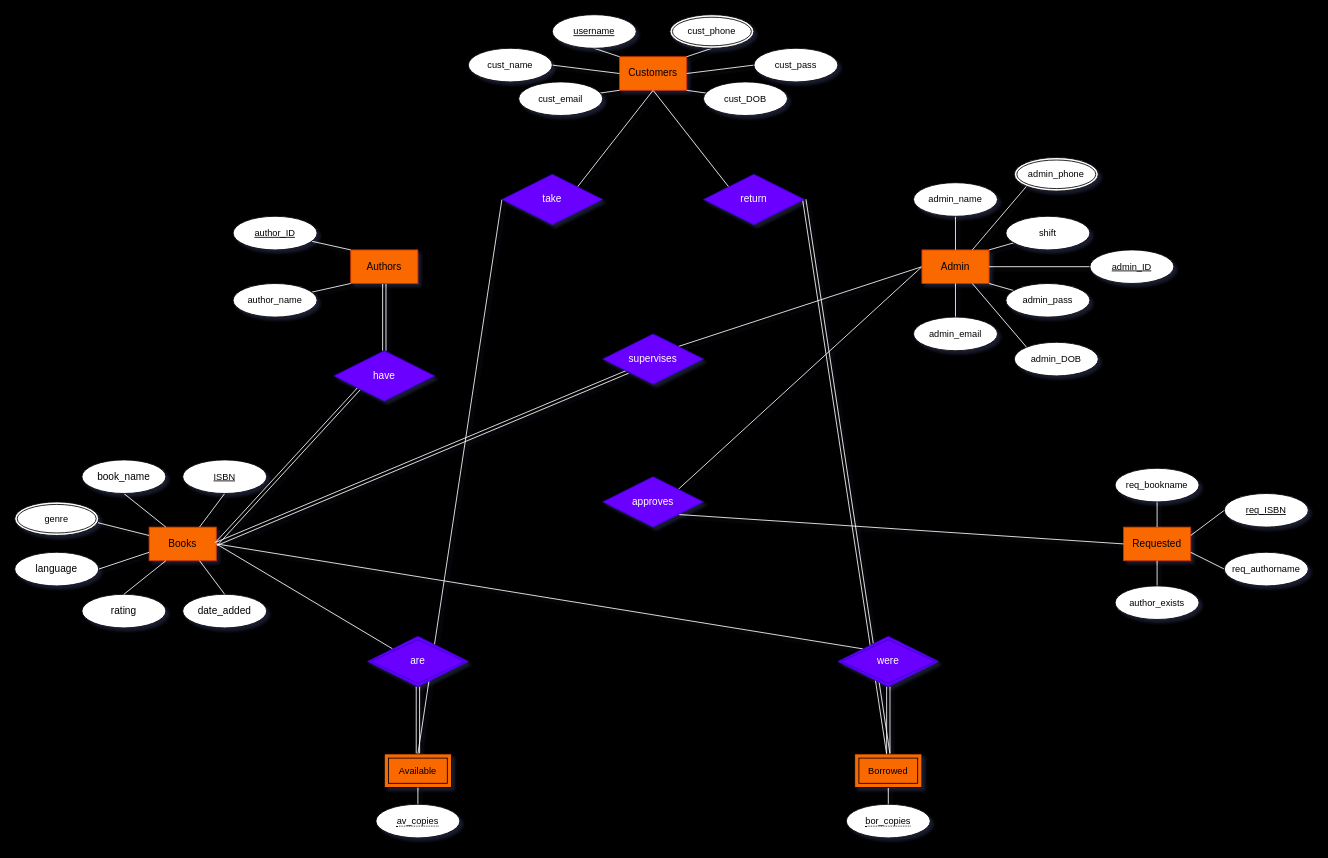
Before: ERD.drawio in rajin-khan/BIBLIO, a draw.io diagram. Source tidied: cells renumbered, new cells numbered last; positions are measured from the earlier drawing's top-left corner, leaving out a move shared by most shapes. Both pictures are drawn from the tidied source at 84%, with x=0, y=0 at pixel (14, 14).
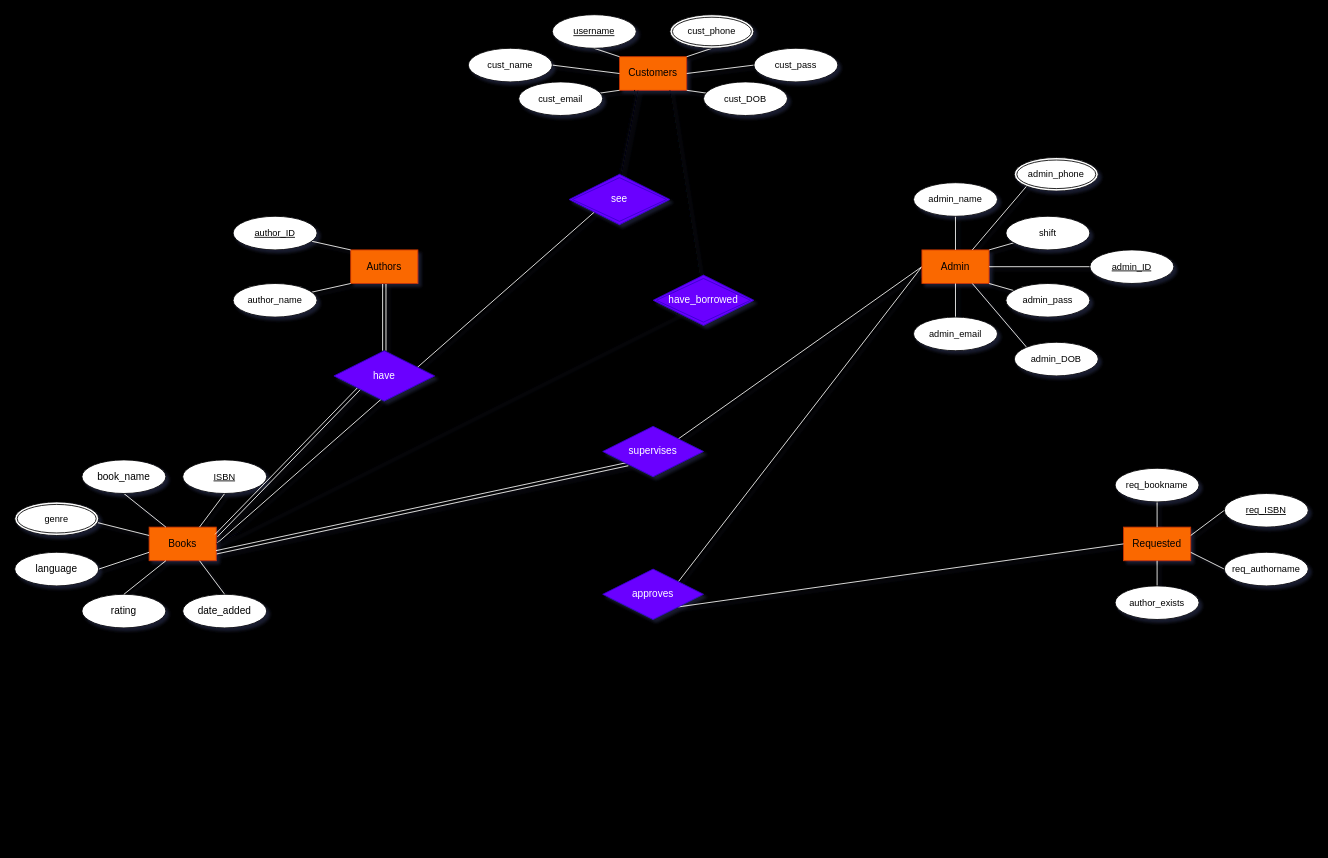
The same page after the edit.

Commit message (it also covers changes not shown here):
Add and establish new Planning and ERD

The change refers to these unchanged cells:
```xml
<mxCell id="3" value="Books" style="rounded=0;whiteSpace=wrap;html=1;fillColor=#fa6800;fontColor=#000000;strokeColor=#C73500;" parent="1" vertex="1">
  <mxGeometry x="160" y="610" width="80" height="40" as="geometry" />
</mxCell>
<mxCell id="11" value="Customers" style="rounded=0;whiteSpace=wrap;html=1;fillColor=#fa6800;fontColor=#000000;strokeColor=#C73500;" parent="1" vertex="1">
  <mxGeometry x="720" y="50" width="80" height="40" as="geometry" />
</mxCell>
<mxCell id="72" value="have" style="shape=rhombus;perimeter=rhombusPerimeter;whiteSpace=wrap;html=1;align=center;fillColor=#6a00ff;fontColor=#ffffff;strokeColor=#3700CC;" parent="1" vertex="1">
  <mxGeometry x="380" y="400" width="120" height="60" as="geometry" />
</mxCell>
```

What changed in the source:
```diff
@@
-    <mxCell id="2" style="edgeStyle=none;html=1;entryX=0;entryY=0;entryDx=0;entryDy=0;endArrow=none;endFill=0;exitX=1;exitY=0.5;exitDx=0;exitDy=0;strokeColor=#FFFFFF;" parent="1" edge="1" source="3" target="79">
+    <mxCell id="2" style="edgeStyle=none;html=1;entryX=0;entryY=1;entryDx=0;entryDy=0;endArrow=none;endFill=0;exitX=1;exitY=0.5;exitDx=0;exitDy=0;strokeColor=#FFFFFF;" parent="1" edge="1" source="3" target="79">
       <mxGeometry relative="1" as="geometry" />
     </mxCell>
@@
-    <mxCell id="10" style="edgeStyle=none;html=1;entryX=0;entryY=0;entryDx=0;entryDy=0;endArrow=none;endFill=0;exitX=0.5;exitY=1;exitDx=0;exitDy=0;strokeColor=#FFFFFF;" parent="1" edge="1" source="11" target="78">
-      <mxGeometry relative="1" as="geometry" />
-    </mxCell>
@@
-    <mxCell id="54" style="edgeStyle=none;html=1;entryX=0.5;entryY=1;entryDx=0;entryDy=0;shape=link;strokeColor=#FFFFFF;" parent="1" edge="1" source="55" target="76">
-      <mxGeometry relative="1" as="geometry" />
-    </mxCell>
-    <mxCell id="55" value="Available" style="shape=ext;margin=3;double=1;whiteSpace=wrap;html=1;align=center;fontFamily=Helvetica;fontSize=11;rounded=0;fillColor=#fa6800;fontColor=#000000;strokeColor=#000000;" parent="1" vertex="1">
-      <mxGeometry x="440" y="880" width="80" height="40" as="geometry" />
-    </mxCell>
-    <mxCell id="56" style="edgeStyle=none;shape=connector;rounded=0;html=1;entryX=0.5;entryY=1;entryDx=0;entryDy=0;labelBackgroundColor=default;strokeColor=#FFFFFF;fontFamily=Helvetica;fontSize=11;fontColor=default;endArrow=none;exitX=0.5;exitY=0;exitDx=0;exitDy=0;" parent="1" edge="1" source="57" target="55">
-      <mxGeometry relative="1" as="geometry" />
+    <mxCell id="56" style="edgeStyle=none;shape=connector;rounded=0;html=1;entryX=0.5;entryY=1;entryDx=0;entryDy=0;labelBackgroundColor=default;strokeColor=#FFFFFF;fontFamily=Helvetica;fontSize=11;fontColor=default;endArrow=none;exitX=0.5;exitY=0;exitDx=0;exitDy=0;" parent="1" edge="1">
+      <mxGeometry relative="1" as="geometry">
+        <mxPoint x="480" y="920" as="targetPoint" />
+      </mxGeometry>
     </mxCell>
-    <mxCell id="57" value="&lt;span style=&quot;border-bottom: 1px dotted&quot;&gt;av_copies&lt;/span&gt;" style="ellipse;whiteSpace=wrap;html=1;align=center;fontFamily=Helvetica;fontSize=11;fontColor=default;rounded=0;" parent="1" vertex="1">
-      <mxGeometry x="430" y="940" width="100" height="40" as="geometry" />
-    </mxCell>
-    <mxCell id="58" style="edgeStyle=none;shape=connector;rounded=0;html=1;labelBackgroundColor=default;strokeColor=#FFFFFF;fontFamily=Helvetica;fontSize=11;fontColor=default;endArrow=none;" parent="1" edge="1" source="59">
-      <mxGeometry relative="1" as="geometry">
-        <mxPoint x="1040" y="920" as="targetPoint" />
-      </mxGeometry>
-    </mxCell>
-    <mxCell id="59" value="&lt;span style=&quot;border-bottom: 1px dotted&quot;&gt;bor_copies&lt;/span&gt;" style="ellipse;whiteSpace=wrap;html=1;align=center;fontFamily=Helvetica;fontSize=11;fontColor=default;rounded=0;" parent="1" vertex="1">
-      <mxGeometry x="990" y="940" width="100" height="40" as="geometry" />
-    </mxCell>
-    <mxCell id="60" style="edgeStyle=none;html=1;entryX=0.5;entryY=1;entryDx=0;entryDy=0;endArrow=none;endFill=0;shape=link;strokeColor=#f8f7f7;" parent="1" edge="1" source="61" target="79">
-      <mxGeometry relative="1" as="geometry" />
-    </mxCell>
-    <mxCell id="61" value="Borrowed" style="shape=ext;margin=3;double=1;whiteSpace=wrap;html=1;align=center;fontFamily=Helvetica;fontSize=11;rounded=0;fillColor=#fa6800;fontColor=#000000;strokeColor=#000000;" parent="1" vertex="1">
-      <mxGeometry x="1000" y="880" width="80" height="40" as="geometry" />
-    </mxCell>
@@
-    <mxCell id="70" style="edgeStyle=none;html=1;exitX=0;exitY=0;exitDx=0;exitDy=0;entryX=1;entryY=0.5;entryDx=0;entryDy=0;endArrow=none;endFill=0;strokeColor=#FFFFFF;" parent="1" edge="1" source="76" target="3">
-      <mxGeometry relative="1" as="geometry" />
-    </mxCell>
-    <mxCell id="71" style="edgeStyle=none;html=1;exitX=0;exitY=1;exitDx=0;exitDy=0;entryX=1;entryY=0.5;entryDx=0;entryDy=0;endArrow=none;endFill=0;shape=link;strokeColor=#FFFFFF;" parent="1" edge="1" source="72" target="3">
+    <mxCell id="71" style="edgeStyle=none;html=1;exitX=0;exitY=1;exitDx=0;exitDy=0;entryX=1;entryY=0.25;entryDx=0;entryDy=0;endArrow=none;endFill=0;shape=link;strokeColor=#FFFFFF;" parent="1" edge="1" source="72" target="3">
       <mxGeometry relative="1" as="geometry" />
     </mxCell>
@@
-    <mxCell id="73" style="edgeStyle=none;html=1;exitX=1;exitY=0;exitDx=0;exitDy=0;entryX=0.5;entryY=1;entryDx=0;entryDy=0;endArrow=none;endFill=0;strokeColor=#FFFFFF;" parent="1" edge="1" source="75" target="11">
-      <mxGeometry relative="1" as="geometry" />
-    </mxCell>
-    <mxCell id="74" style="edgeStyle=none;html=1;exitX=0;exitY=0.5;exitDx=0;exitDy=0;entryX=0.5;entryY=0;entryDx=0;entryDy=0;endArrow=none;endFill=0;strokeColor=#FFFFFF;" parent="1" edge="1" source="75" target="55">
-      <mxGeometry relative="1" as="geometry" />
-    </mxCell>
-    <mxCell id="75" value="take" style="shape=rhombus;perimeter=rhombusPerimeter;whiteSpace=wrap;html=1;align=center;fillColor=#6a00ff;fontColor=#ffffff;strokeColor=#3700CC;" parent="1" vertex="1">
-      <mxGeometry x="580" y="190" width="120" height="60" as="geometry" />
-    </mxCell>
-    <mxCell id="76" value="are" style="shape=rhombus;double=1;perimeter=rhombusPerimeter;whiteSpace=wrap;html=1;align=center;fillColor=#6a00ff;fontColor=#ffffff;strokeColor=#3700CC;" parent="1" vertex="1">
-      <mxGeometry x="420" y="740" width="120" height="60" as="geometry" />
-    </mxCell>
-    <mxCell id="77" style="edgeStyle=none;html=1;exitX=1;exitY=0.5;exitDx=0;exitDy=0;entryX=0.5;entryY=0;entryDx=0;entryDy=0;endArrow=none;endFill=0;shape=link;strokeColor=#FFFFFF;" parent="1" edge="1" source="78" target="61">
-      <mxGeometry relative="1" as="geometry" />
-    </mxCell>
-    <mxCell id="78" value="return" style="shape=rhombus;perimeter=rhombusPerimeter;whiteSpace=wrap;html=1;align=center;fillColor=#6a00ff;fontColor=#ffffff;strokeColor=#3700CC;" parent="1" vertex="1">
-      <mxGeometry x="820" y="190" width="120" height="60" as="geometry" />
-    </mxCell>
+    <mxCell id="84" style="edgeStyle=none;html=1;entryX=0.25;entryY=1;entryDx=0;entryDy=0;shape=link;exitX=0.5;exitY=0;exitDx=0;exitDy=0;" parent="1" edge="1" source="79" target="11">
+      <mxGeometry relative="1" as="geometry" />
+    </mxCell>
-    <mxCell id="79" value="were" style="shape=rhombus;double=1;perimeter=rhombusPerimeter;whiteSpace=wrap;html=1;align=center;fillColor=#6a00ff;fontColor=#ffffff;strokeColor=#3700CC;" parent="1" vertex="1">
-      <mxGeometry x="980" y="740" width="120" height="60" as="geometry" />
+    <mxCell id="79" value="see" style="shape=rhombus;double=1;perimeter=rhombusPerimeter;whiteSpace=wrap;html=1;align=center;fillColor=#6a00ff;fontColor=#ffffff;strokeColor=#3700CC;" parent="1" vertex="1">
+      <mxGeometry x="660" y="190" width="120" height="60" as="geometry" />
     </mxCell>
-    <mxCell id="80" style="edgeStyle=none;shape=link;html=1;exitX=0;exitY=1;exitDx=0;exitDy=0;endArrow=none;endFill=0;strokeColor=#FFFFFF;" parent="1" edge="1" source="81">
-      <mxGeometry relative="1" as="geometry">
-        <mxPoint x="240" y="630" as="targetPoint" />
-      </mxGeometry>
+    <mxCell id="80" style="edgeStyle=none;shape=link;html=1;exitX=0;exitY=1;exitDx=0;exitDy=0;endArrow=none;endFill=0;strokeColor=#FFFFFF;entryX=1;entryY=0.75;entryDx=0;entryDy=0;" parent="1" edge="1" source="81" target="3">
+      <mxGeometry relative="1" as="geometry" />
     </mxCell>
     <mxCell id="81" value="supervises" style="shape=rhombus;perimeter=rhombusPerimeter;whiteSpace=wrap;html=1;align=center;fillColor=#6a00ff;fontColor=#ffffff;strokeColor=#3700CC;" parent="1" vertex="1">
-      <mxGeometry x="700" y="380" width="120" height="60" as="geometry" />
+      <mxGeometry x="700" y="490" width="120" height="60" as="geometry" />
     </mxCell>
@@
     <mxCell id="83" value="approves" style="shape=rhombus;perimeter=rhombusPerimeter;whiteSpace=wrap;html=1;align=center;fillColor=#6a00ff;fontColor=#ffffff;strokeColor=#3700CC;" parent="1" vertex="1">
-      <mxGeometry x="700" y="550" width="120" height="60" as="geometry" />
+      <mxGeometry x="700" y="660" width="120" height="60" as="geometry" />
     </mxCell>
+    <mxCell id="85" style="edgeStyle=none;html=1;entryX=0.75;entryY=1;entryDx=0;entryDy=0;endArrow=none;endFill=0;" parent="1" edge="1" source="87" target="11">
+      <mxGeometry relative="1" as="geometry" />
+    </mxCell>
+    <mxCell id="86" style="edgeStyle=none;html=1;exitX=0;exitY=1;exitDx=0;exitDy=0;entryX=1;entryY=0.5;entryDx=0;entryDy=0;endArrow=none;endFill=0;" parent="1" edge="1" source="87" target="3">
+      <mxGeometry relative="1" as="geometry" />
+    </mxCell>
+    <mxCell id="87" value="have_borrowed" style="shape=rhombus;double=1;perimeter=rhombusPerimeter;whiteSpace=wrap;html=1;align=center;fillColor=#6a00ff;fontColor=#ffffff;strokeColor=#3700CC;" parent="1" vertex="1">
+      <mxGeometry x="760" y="310" width="120" height="60" as="geometry" />
+    </mxCell>
```
